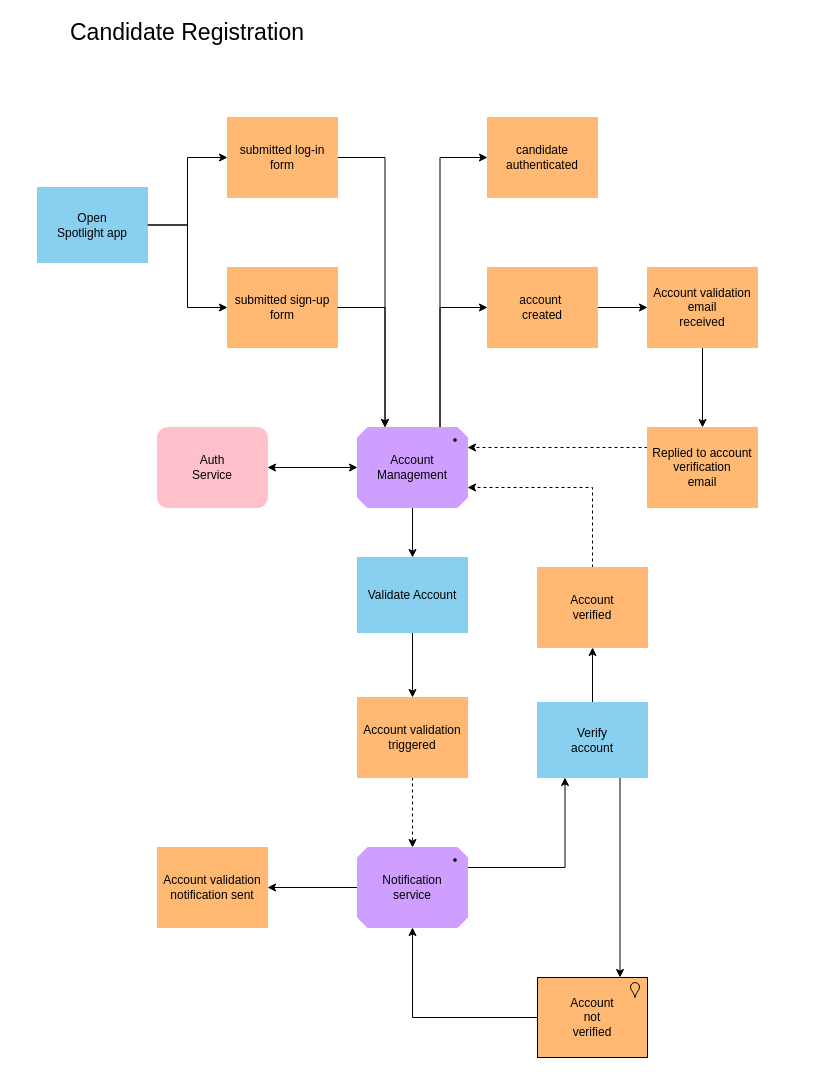
Earlier version of the draw.io diagram diagrams/CandidateRegistration.drawio (Katalyst-2022/katas-2022). Source tidied: cells renumbered, new cells numbered last; positions are measured from the earlier drawing's top-left corner, leaving out a move shared by most shapes. Both pictures are drawn from the tidied source at 100%, with x=0, y=0 at pixel (37, 17).
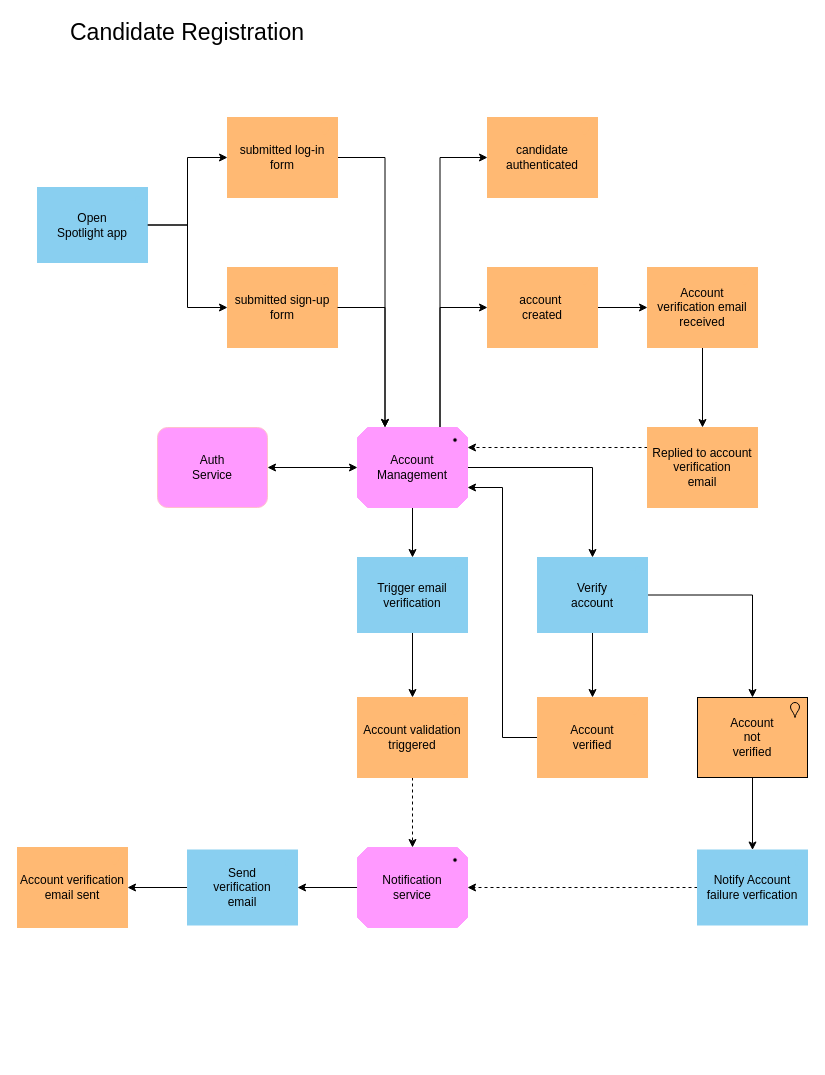
After the change.

Commit message:
Update account management and notification services as systems

What changed in the source:
```diff
@@
-    <mxCell id="12" value="Auth&lt;br&gt;Service" style="html=1;outlineConnect=0;whiteSpace=wrap;fillColor=#FFC0CB;shape=mxgraph.archimate3.application;archiType=rounded;fontColor=#000000;strokeColor=#FFC0CB;" parent="1" vertex="1">
+    <mxCell id="12" value="Auth&lt;br&gt;Service" style="html=1;outlineConnect=0;whiteSpace=wrap;fillColor=#FF99FF;shape=mxgraph.archimate3.application;archiType=rounded;fontColor=#000000;strokeColor=#FFC0CB;" parent="1" vertex="1">
       <mxGeometry x="120" y="410" width="110" height="80" as="geometry" />
     </mxCell>
@@
+    <mxCell id="38" style="edgeStyle=orthogonalEdgeStyle;rounded=0;jettySize=auto;html=1;entryX=0.5;entryY=0;entryDx=0;entryDy=0;entryPerimeter=0;exitX=1;exitY=0.5;exitDx=0;exitDy=0;exitPerimeter=0;" parent="1" edge="1" source="18" target="35">
+      <mxGeometry relative="1" as="geometry" />
+    </mxCell>
-    <mxCell id="18" value="Account&lt;br&gt;Management" style="html=1;outlineConnect=0;whiteSpace=wrap;fillColor=#CF9FFF;shape=mxgraph.archimate3.application;appType=driver;archiType=oct;fontColor=#000000;strokeColor=#CF9FFF;" parent="1" vertex="1">
+    <mxCell id="18" value="Account&lt;br&gt;Management" style="html=1;outlineConnect=0;whiteSpace=wrap;fillColor=#FF99FF;shape=mxgraph.archimate3.application;appType=driver;archiType=oct;fontColor=#000000;strokeColor=#FF99FF;" parent="1" vertex="1">
       <mxGeometry x="320" y="410" width="110" height="80" as="geometry" />
     </mxCell>
@@
-    <mxCell id="22" value="&lt;font color=&quot;#000000&quot;&gt;Account validation email&lt;br&gt;received&lt;br&gt;&lt;/font&gt;" style="html=1;outlineConnect=0;whiteSpace=wrap;fillColor=#FFB973;shape=mxgraph.archimate3.application;appType=location;archiType=square;strokeColor=#FFB973;" parent="1" vertex="1">
+    <mxCell id="22" value="&lt;font color=&quot;#000000&quot;&gt;Account &lt;br&gt;verification email received&lt;br&gt;&lt;/font&gt;" style="html=1;outlineConnect=0;whiteSpace=wrap;fillColor=#FFB973;shape=mxgraph.archimate3.application;appType=location;archiType=square;strokeColor=#FFB973;" parent="1" vertex="1">
       <mxGeometry x="610" y="250" width="110" height="80" as="geometry" />
     </mxCell>
@@
-    <mxCell id="25" style="edgeStyle=orthogonalEdgeStyle;rounded=0;jettySize=auto;html=1;fontColor=#000000;startArrow=none;startFill=0;" parent="1" edge="1" source="28" target="29">
-      <mxGeometry relative="1" as="geometry" />
-    </mxCell>
-    <mxCell id="26" style="edgeStyle=orthogonalEdgeStyle;rounded=0;jettySize=auto;html=1;entryX=0.5;entryY=1;entryDx=0;entryDy=0;entryPerimeter=0;fontColor=#000000;startArrow=none;startFill=0;" parent="1" edge="1" source="35" target="32">
-      <mxGeometry relative="1" as="geometry" />
-    </mxCell>
-    <mxCell id="27" style="edgeStyle=orthogonalEdgeStyle;rounded=0;jettySize=auto;html=1;entryX=0.25;entryY=1;entryDx=0;entryDy=0;entryPerimeter=0;fontColor=#000000;exitX=1;exitY=0.25;exitDx=0;exitDy=0;exitPerimeter=0;" parent="1" edge="1" source="28" target="35">
-      <mxGeometry relative="1" as="geometry" />
-    </mxCell>
+    <mxCell id="39" style="edgeStyle=orthogonalEdgeStyle;rounded=0;jettySize=auto;html=1;entryX=1;entryY=0.5;entryDx=0;entryDy=0;entryPerimeter=0;" parent="1" edge="1" source="28" target="42">
+      <mxGeometry relative="1" as="geometry" />
+    </mxCell>
-    <mxCell id="28" value="Notification&lt;br&gt;service" style="html=1;outlineConnect=0;whiteSpace=wrap;fillColor=#CF9FFF;shape=mxgraph.archimate3.application;appType=driver;archiType=oct;fontColor=#000000;strokeColor=#CF9FFF;" parent="1" vertex="1">
+    <mxCell id="28" value="Notification&lt;br&gt;service" style="html=1;outlineConnect=0;whiteSpace=wrap;fillColor=#FF99FF;shape=mxgraph.archimate3.application;appType=driver;archiType=oct;fontColor=#000000;strokeColor=#FF99FF;" parent="1" vertex="1">
       <mxGeometry x="320" y="830" width="110" height="80" as="geometry" />
     </mxCell>
-    <mxCell id="29" value="&lt;font color=&quot;#000000&quot;&gt;Account validation&lt;br&gt;notification sent&lt;br&gt;&lt;/font&gt;" style="html=1;outlineConnect=0;whiteSpace=wrap;fillColor=#FFB973;shape=mxgraph.archimate3.application;appType=location;archiType=square;strokeColor=#FFB973;" parent="1" vertex="1">
-      <mxGeometry x="120" y="830" width="110" height="80" as="geometry" />
+    <mxCell id="29" value="&lt;font color=&quot;#000000&quot;&gt;Account verification&lt;br&gt;email sent&lt;br&gt;&lt;/font&gt;" style="html=1;outlineConnect=0;whiteSpace=wrap;fillColor=#FFB973;shape=mxgraph.archimate3.application;appType=location;archiType=square;strokeColor=#FFB973;" parent="1" vertex="1">
+      <mxGeometry x="-20" y="830" width="110" height="80" as="geometry" />
     </mxCell>
-    <mxCell id="30" style="edgeStyle=orthogonalEdgeStyle;rounded=0;jettySize=auto;html=1;entryX=1;entryY=0.75;entryDx=0;entryDy=0;entryPerimeter=0;fontColor=#000000;startArrow=none;startFill=0;exitX=0.5;exitY=0;exitDx=0;exitDy=0;exitPerimeter=0;dashed=1;" parent="1" edge="1" source="32" target="18">
+    <mxCell id="30" style="edgeStyle=orthogonalEdgeStyle;rounded=0;jettySize=auto;html=1;entryX=1;entryY=0.75;entryDx=0;entryDy=0;entryPerimeter=0;exitX=0;exitY=0.5;exitDx=0;exitDy=0;exitPerimeter=0;" parent="1" edge="1" source="32" target="18">
       <mxGeometry relative="1" as="geometry" />
     </mxCell>
-    <mxCell id="31" style="edgeStyle=orthogonalEdgeStyle;rounded=0;jettySize=auto;html=1;entryX=0.75;entryY=0;entryDx=0;entryDy=0;entryPerimeter=0;fontColor=#000000;exitX=0.75;exitY=1;exitDx=0;exitDy=0;exitPerimeter=0;" parent="1" edge="1" source="35" target="37">
-      <mxGeometry relative="1" as="geometry" />
-    </mxCell>
     <mxCell id="32" value="&lt;font color=&quot;#000000&quot;&gt;Account&lt;br&gt;verified&lt;br&gt;&lt;/font&gt;" style="html=1;outlineConnect=0;whiteSpace=wrap;fillColor=#FFB973;shape=mxgraph.archimate3.application;appType=location;archiType=square;strokeColor=#FFB973;" parent="1" vertex="1">
-      <mxGeometry x="500" y="550" width="110" height="80" as="geometry" />
+      <mxGeometry x="500" y="680" width="110" height="80" as="geometry" />
     </mxCell>
@@
-    <mxCell id="34" value="&lt;font color=&quot;#000000&quot;&gt;Validate Account&lt;/font&gt;" style="html=1;outlineConnect=0;whiteSpace=wrap;fillColor=#89CFF0;shape=mxgraph.archimate3.application;appType=interface;archiType=square;fontColor=#ffffff;strokeColor=#89CFF0;" parent="1" vertex="1">
+    <mxCell id="34" value="&lt;font color=&quot;#000000&quot;&gt;Trigger email verification&lt;/font&gt;" style="html=1;outlineConnect=0;whiteSpace=wrap;fillColor=#89CFF0;shape=mxgraph.archimate3.application;appType=interface;archiType=square;fontColor=#ffffff;strokeColor=#89CFF0;" parent="1" vertex="1">
       <mxGeometry x="320" y="540" width="110" height="75" as="geometry" />
     </mxCell>
+    <mxCell id="26" style="edgeStyle=orthogonalEdgeStyle;rounded=0;jettySize=auto;html=1;entryX=0.5;entryY=0;entryDx=0;entryDy=0;entryPerimeter=0;" parent="1" edge="1" source="35" target="32">
+      <mxGeometry relative="1" as="geometry" />
+    </mxCell>
+    <mxCell id="31" style="edgeStyle=orthogonalEdgeStyle;rounded=0;jettySize=auto;html=1;entryX=0.5;entryY=0;entryDx=0;entryDy=0;entryPerimeter=0;" parent="1" edge="1" source="35" target="37">
+      <mxGeometry relative="1" as="geometry" />
+    </mxCell>
     <mxCell id="35" value="&lt;font color=&quot;#000000&quot;&gt;Verify&lt;br&gt;account&lt;br&gt;&lt;/font&gt;" style="html=1;outlineConnect=0;whiteSpace=wrap;fillColor=#89CFF0;shape=mxgraph.archimate3.application;appType=interface;archiType=square;fontColor=#ffffff;strokeColor=#89CFF0;" parent="1" vertex="1">
-      <mxGeometry x="500" y="685" width="110" height="75" as="geometry" />
+      <mxGeometry x="500" y="540" width="110" height="75" as="geometry" />
     </mxCell>
-    <mxCell id="36" style="edgeStyle=orthogonalEdgeStyle;rounded=0;jettySize=auto;html=1;entryX=0.5;entryY=1;entryDx=0;entryDy=0;entryPerimeter=0;labelBackgroundColor=#FFFFFF;fontColor=#FF3333;" parent="1" edge="1" source="37" target="28">
-      <mxGeometry relative="1" as="geometry" />
-    </mxCell>
+    <mxCell id="40" style="edgeStyle=orthogonalEdgeStyle;rounded=0;jettySize=auto;html=1;" parent="1" edge="1" source="37" target="44">
+      <mxGeometry relative="1" as="geometry" />
+    </mxCell>
     <mxCell id="37" value="&lt;font color=&quot;#000000&quot;&gt;Account&lt;br&gt;not&lt;br&gt;verified&lt;br&gt;&lt;/font&gt;" style="html=1;outlineConnect=0;whiteSpace=wrap;fillColor=#FFB973;shape=mxgraph.archimate3.application;appType=location;archiType=square;" parent="1" vertex="1">
-      <mxGeometry x="500" y="960" width="110" height="80" as="geometry" />
+      <mxGeometry x="660" y="680" width="110" height="80" as="geometry" />
     </mxCell>
+    <mxCell id="41" style="edgeStyle=orthogonalEdgeStyle;rounded=0;jettySize=auto;html=1;entryX=1;entryY=0.5;entryDx=0;entryDy=0;entryPerimeter=0;" parent="1" edge="1" source="42" target="29">
+      <mxGeometry relative="1" as="geometry" />
+    </mxCell>
+    <mxCell id="42" value="&lt;font color=&quot;#000000&quot;&gt;Send&lt;br&gt;verification&lt;br&gt;email&lt;br&gt;&lt;/font&gt;" style="html=1;outlineConnect=0;whiteSpace=wrap;fillColor=#89CFF0;shape=mxgraph.archimate3.application;appType=interface;archiType=square;fontColor=#ffffff;strokeColor=#89CFF0;" parent="1" vertex="1">
+      <mxGeometry x="150" y="832.5" width="110" height="75" as="geometry" />
+    </mxCell>
+    <mxCell id="43" style="edgeStyle=orthogonalEdgeStyle;rounded=0;jettySize=auto;html=1;dashed=1;" parent="1" edge="1" source="44" target="28">
+      <mxGeometry relative="1" as="geometry" />
+    </mxCell>
+    <mxCell id="44" value="&lt;font color=&quot;#000000&quot;&gt;Notify Account&lt;br&gt;failure verfication&lt;br&gt;&lt;/font&gt;" style="html=1;outlineConnect=0;whiteSpace=wrap;fillColor=#89CFF0;shape=mxgraph.archimate3.application;appType=interface;archiType=square;fontColor=#ffffff;strokeColor=#89CFF0;" parent="1" vertex="1">
+      <mxGeometry x="660" y="832.5" width="110" height="75" as="geometry" />
+    </mxCell>
```
